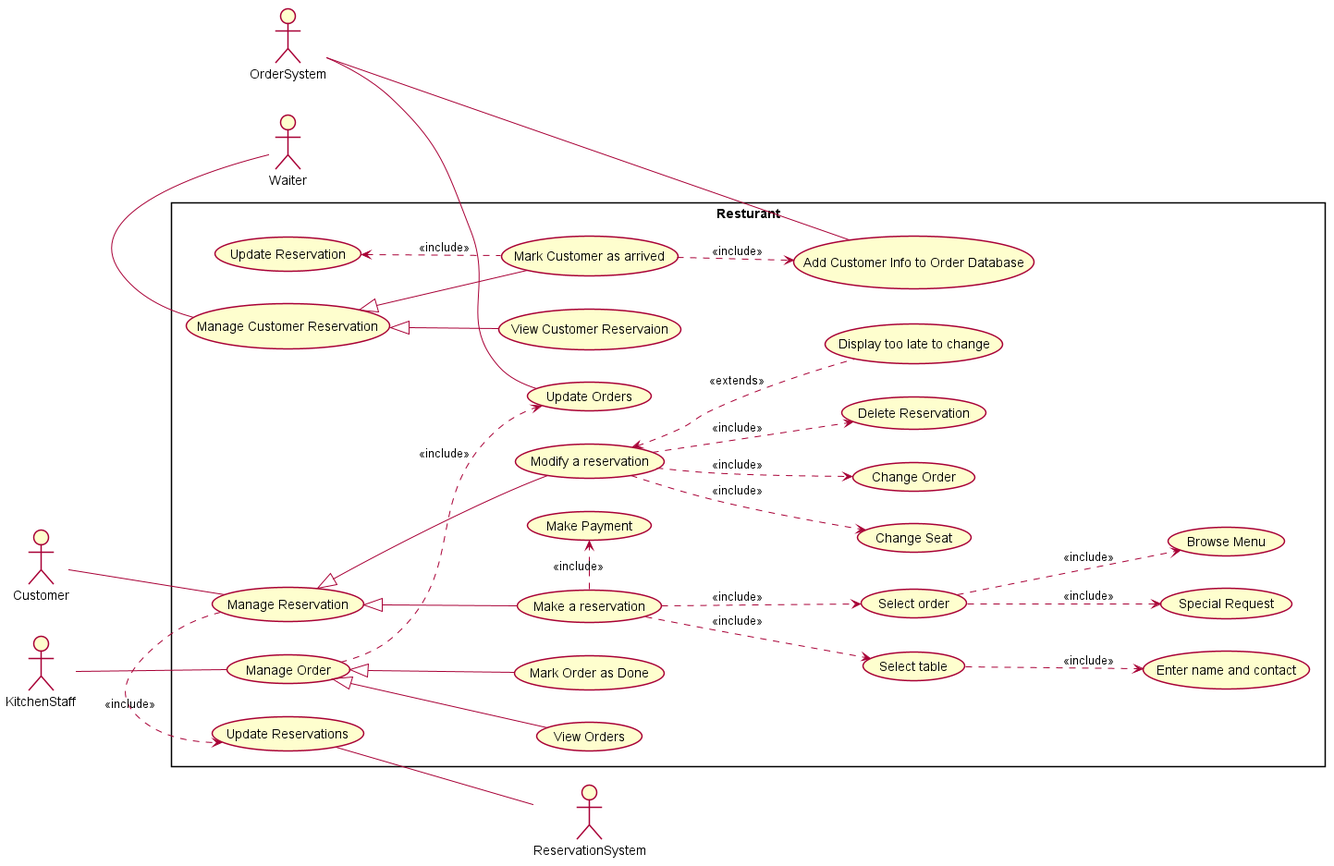
prathammanocha/RestaurantAutomationSystem keeps this PlantUML diagram as usecase.png. Above is the earlier version. Source of this version:
```plantuml
@startuml usecase

Skinparam Style strictuml
left to right direction
Skinparam PackageStyle rectangle

actor Customer

actor KitchenStaff

actor OrderSystem

actor Waiter

actor ReservationSystem

rectangle Resturant{
   Customer -- (Manage Reservation)
   KitchenStaff -- (Manage Order)
   OrderSystem -- (Update Orders)
   (Manage Reservation) <|-down- (Make a reservation)
   (Manage Reservation) <|-down- (Modify a reservation)
   (Manage Reservation) .> (Update Reservations) : <<include>>
   (Update Reservations) -- ReservationSystem
   (Modify a reservation) .down.> (Change Seat) : <<include>>
   (Modify a reservation) .down.> (Change Order) : <<include>>
   (Modify a reservation) .down.> (Delete Reservation) : <<include>>
   (Modify a reservation) <.. (Display too late to change) : <<extends>>
   (Make a reservation) .down.> (Select table) : <<include>>
   (Select table) .down.> (Enter name and contact) : <<include>>
   (Make a reservation) .down.> (Select order) : <<include>>
   (Select order) .down.> (Browse Menu): <<include>>
   (Select order) .down.> (Special Request): <<include>>
   (Manage Order) <|-- (Mark Order as Done)
   (Manage Order) <|-- (View Orders)
   (Manage Order) .down.> (Update Orders): <<include>>
   (Make a reservation) .> (Make Payment) : <<include>>
   Waiter -left- (Manage Customer Reservation)
   (Manage Customer Reservation) <|-down- (View Customer Reservaion)
   (Manage Customer Reservation) <|-down- (Mark Customer as arrived)
   (Mark Customer as arrived) .down.> (Add Customer Info to Order Database) : <<include>>
   OrderSystem -- (Add Customer Info to Order Database)
   (Mark Customer as arrived) .up.> (Update Reservation) : <<include>>

}






@enduml
```
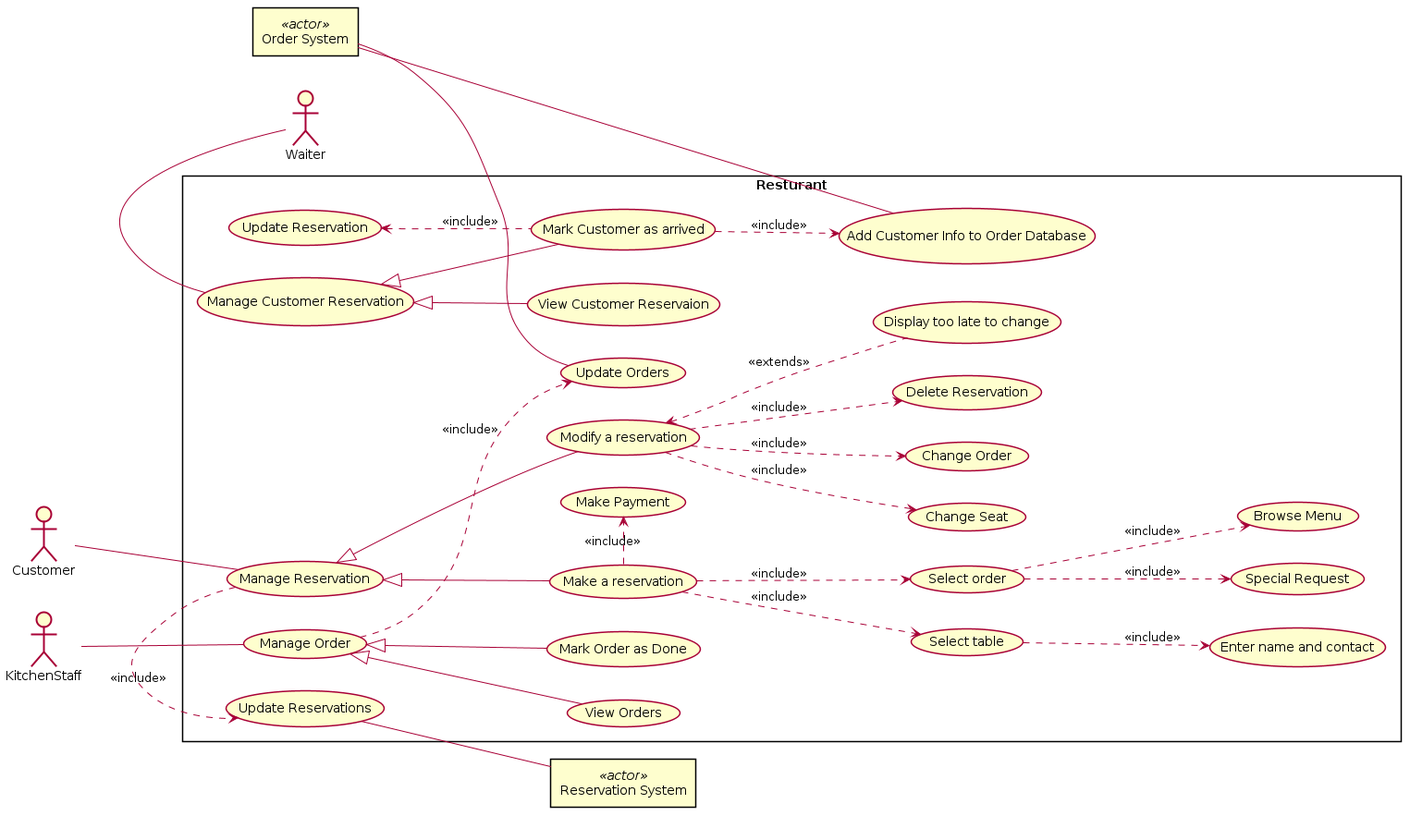
Above is the later version.

Diff of the diagram source:
```diff
@@ -8,20 +8,20 @@
 
 actor KitchenStaff
 
-actor OrderSystem
+rectangle "Order System" <<actor>> as os
 
 actor Waiter
 
-actor ReservationSystem
+rectangle "Reservation System" <<actor>> as rs
 
 rectangle Resturant{
    Customer -- (Manage Reservation)
    KitchenStaff -- (Manage Order)
-   OrderSystem -- (Update Orders)
+   os -- (Update Orders)
    (Manage Reservation) <|-down- (Make a reservation)
    (Manage Reservation) <|-down- (Modify a reservation)
    (Manage Reservation) .> (Update Reservations) : <<include>>
-   (Update Reservations) -- ReservationSystem
+   (Update Reservations) -- rs
    (Modify a reservation) .down.> (Change Seat) : <<include>>
    (Modify a reservation) .down.> (Change Order) : <<include>>
    (Modify a reservation) .down.> (Delete Reservation) : <<include>>
@@ -39,14 +39,9 @@
    (Manage Customer Reservation) <|-down- (View Customer Reservaion)
    (Manage Customer Reservation) <|-down- (Mark Customer as arrived)
    (Mark Customer as arrived) .down.> (Add Customer Info to Order Database) : <<include>>
-   OrderSystem -- (Add Customer Info to Order Database)
+   os -- (Add Customer Info to Order Database)
    (Mark Customer as arrived) .up.> (Update Reservation) : <<include>>
 
 }
 
-
-
-
-
-
 @enduml
```
